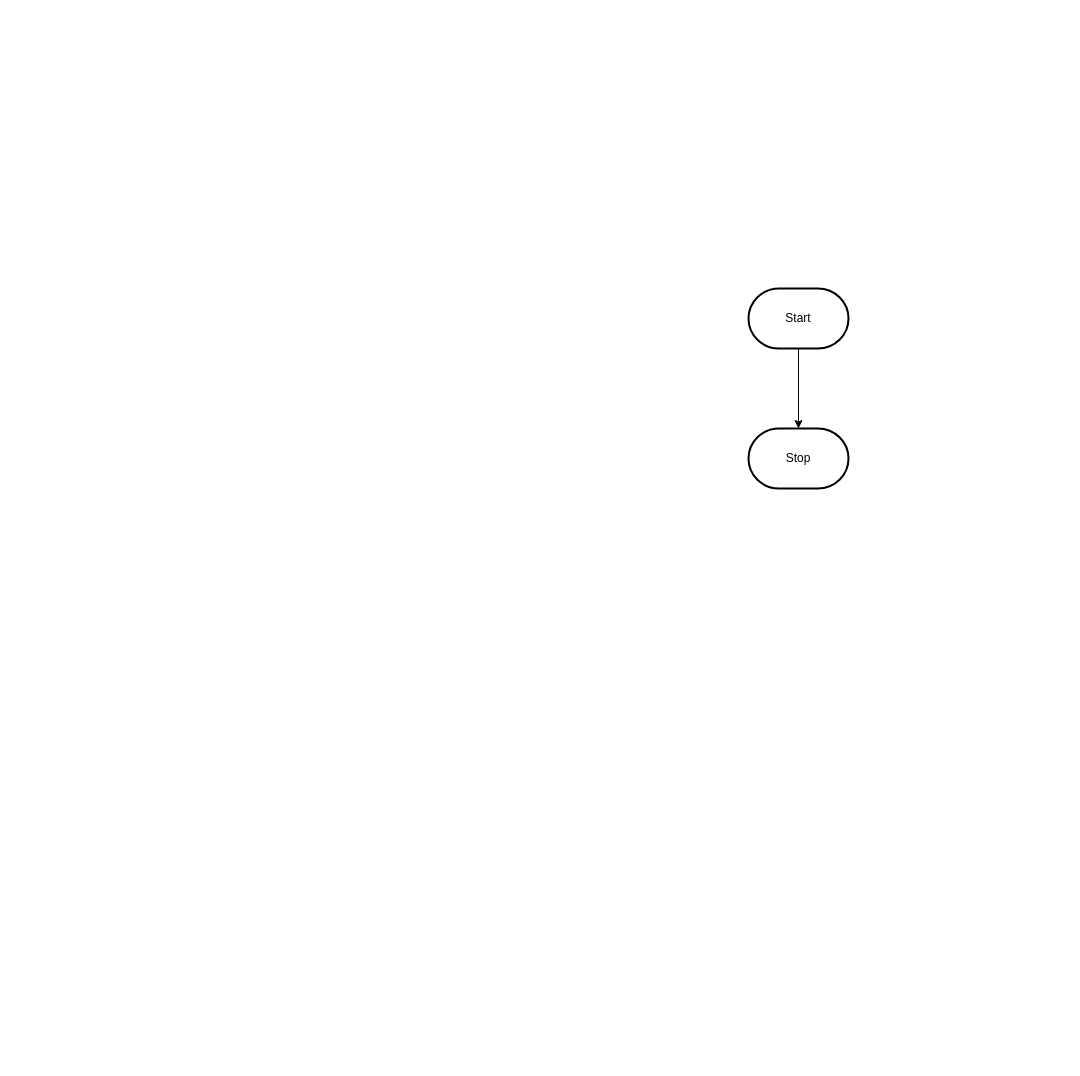
This is design/flowchart.drawio from MTHS-ICS2O-2-2022/ICS2O-Assignment-04-Lucas-Osmond, a draw.io file, before an edit. Source tidied: cells renumbered, new cells numbered last; positions are measured from the earlier drawing's top-left corner, leaving out a move shared by most shapes. Both pictures are drawn from the tidied source at 100%, with x=0, y=0 at pixel (748, 288).
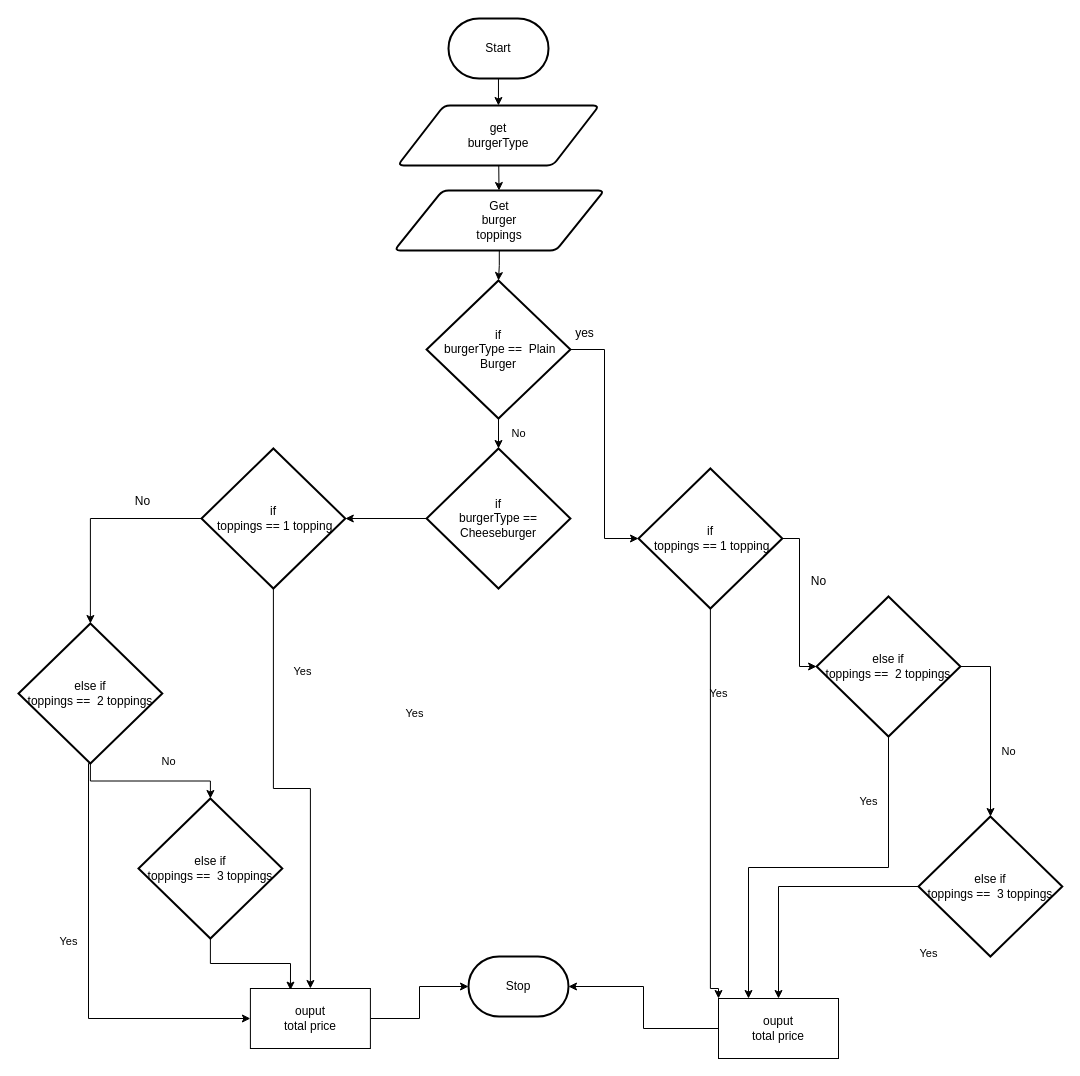
Above is the later version.

Commit message (it also covers changes not shown here):
finished flowchart

What changed in the source:
```diff
@@
-    <mxCell id="2" style="edgeStyle=orthogonalEdgeStyle;html=1;rounded=0;" parent="1" edge="1" source="3" target="4">
-      <mxGeometry relative="1" as="geometry" />
-    </mxCell>
+    <mxCell id="5" style="edgeStyle=none;html=1;entryX=0.5;entryY=0;entryDx=0;entryDy=0;" parent="1" edge="1" source="3" target="44">
+      <mxGeometry relative="1" as="geometry" />
+    </mxCell>
     <mxCell id="3" value="Start" style="strokeWidth=2;html=1;shape=mxgraph.flowchart.terminator;whiteSpace=wrap;" parent="1" vertex="1">
-      <mxGeometry width="100" height="60" as="geometry" />
+      <mxGeometry x="-300" y="-270" width="100" height="60" as="geometry" />
     </mxCell>
     <mxCell id="4" value="Stop" style="strokeWidth=2;html=1;shape=mxgraph.flowchart.terminator;whiteSpace=wrap;" parent="1" vertex="1">
-      <mxGeometry y="140" width="100" height="60" as="geometry" />
+      <mxGeometry x="-280" y="668" width="100" height="60" as="geometry" />
     </mxCell>
+    <mxCell id="6" style="edgeStyle=orthogonalEdgeStyle;shape=connector;rounded=0;html=1;labelBackgroundColor=default;strokeColor=default;fontFamily=Helvetica;fontSize=11;fontColor=default;endArrow=classic;" parent="1" edge="1" source="7" target="10">
+      <mxGeometry relative="1" as="geometry" />
+    </mxCell>
+    <mxCell id="7" value="Get&lt;br&gt;burger&lt;br&gt;toppings" style="shape=parallelogram;html=1;strokeWidth=2;perimeter=parallelogramPerimeter;whiteSpace=wrap;rounded=1;arcSize=12;size=0.23;" parent="1" vertex="1">
+      <mxGeometry x="-354.2" y="-98" width="210" height="60" as="geometry" />
+    </mxCell>
+    <mxCell id="8" style="edgeStyle=orthogonalEdgeStyle;rounded=0;html=1;entryX=0;entryY=0.5;entryDx=0;entryDy=0;entryPerimeter=0;" parent="1" edge="1" source="10" target="15">
+      <mxGeometry relative="1" as="geometry" />
+    </mxCell>
+    <mxCell id="9" style="edgeStyle=orthogonalEdgeStyle;shape=connector;rounded=0;html=1;labelBackgroundColor=default;strokeColor=default;fontFamily=Helvetica;fontSize=11;fontColor=default;endArrow=classic;" parent="1" edge="1" source="10" target="17">
+      <mxGeometry relative="1" as="geometry" />
+    </mxCell>
+    <mxCell id="10" value="if&lt;br&gt;&amp;nbsp;burgerType ==&amp;nbsp; Plain Burger" style="strokeWidth=2;html=1;shape=mxgraph.flowchart.decision;whiteSpace=wrap;" parent="1" vertex="1">
+      <mxGeometry x="-321.9" y="-8" width="143.8" height="138" as="geometry" />
+    </mxCell>
+    <mxCell id="11" value="Yes" style="text;html=1;align=center;verticalAlign=middle;strokeColor=none;fillColor=none;fontSize=11;fontFamily=Helvetica;fontColor=default;" parent="1" vertex="1">
+      <mxGeometry x="100" y="498" width="40" height="30" as="geometry" />
+    </mxCell>
+    <mxCell id="12" value="No" style="text;html=1;align=center;verticalAlign=middle;strokeColor=none;fillColor=none;fontSize=11;fontFamily=Helvetica;fontColor=default;" parent="1" vertex="1">
+      <mxGeometry x="-250" y="130" width="40" height="30" as="geometry" />
+    </mxCell>
+    <mxCell id="13" style="edgeStyle=orthogonalEdgeStyle;rounded=0;html=1;exitX=1;exitY=0.5;exitDx=0;exitDy=0;exitPerimeter=0;entryX=0;entryY=0.5;entryDx=0;entryDy=0;entryPerimeter=0;" parent="1" edge="1" source="15" target="22">
+      <mxGeometry relative="1" as="geometry" />
+    </mxCell>
+    <mxCell id="14" style="edgeStyle=orthogonalEdgeStyle;shape=connector;rounded=0;html=1;entryX=0;entryY=0;entryDx=0;entryDy=0;labelBackgroundColor=default;strokeColor=default;fontFamily=Helvetica;fontSize=11;fontColor=default;endArrow=classic;exitX=0.5;exitY=1;exitDx=0;exitDy=0;exitPerimeter=0;" parent="1" edge="1" source="15" target="19">
+      <mxGeometry relative="1" as="geometry">
+        <Array as="points">
+          <mxPoint x="-38" y="700" />
+          <mxPoint x="-30" y="700" />
+        </Array>
+      </mxGeometry>
+    </mxCell>
+    <mxCell id="15" value="if&lt;br&gt;&amp;nbsp;toppings == 1 topping" style="strokeWidth=2;html=1;shape=mxgraph.flowchart.decision;whiteSpace=wrap;" parent="1" vertex="1">
+      <mxGeometry x="-110" y="180" width="143.8" height="140" as="geometry" />
+    </mxCell>
+    <mxCell id="16" style="edgeStyle=orthogonalEdgeStyle;shape=connector;rounded=0;html=1;entryX=1;entryY=0.5;entryDx=0;entryDy=0;entryPerimeter=0;labelBackgroundColor=default;strokeColor=default;fontFamily=Helvetica;fontSize=11;fontColor=default;endArrow=classic;" parent="1" edge="1" source="17" target="32">
+      <mxGeometry relative="1" as="geometry" />
+    </mxCell>
+    <mxCell id="17" value="if&lt;br&gt;&amp;nbsp;burgerType ==&amp;nbsp; Cheeseburger" style="strokeWidth=2;html=1;shape=mxgraph.flowchart.decision;whiteSpace=wrap;" parent="1" vertex="1">
+      <mxGeometry x="-321.9" y="160" width="143.8" height="140" as="geometry" />
+    </mxCell>
+    <mxCell id="18" style="edgeStyle=orthogonalEdgeStyle;shape=connector;rounded=0;html=1;entryX=1;entryY=0.5;entryDx=0;entryDy=0;entryPerimeter=0;labelBackgroundColor=default;strokeColor=default;fontFamily=Helvetica;fontSize=11;fontColor=default;endArrow=classic;" parent="1" edge="1" source="19" target="4">
+      <mxGeometry relative="1" as="geometry" />
+    </mxCell>
+    <mxCell id="19" value="ouput&lt;br&gt;total price" style="rounded=0;whiteSpace=wrap;html=1;" parent="1" vertex="1">
+      <mxGeometry x="-30" y="710" width="120" height="60" as="geometry" />
+    </mxCell>
+    <mxCell id="20" style="edgeStyle=orthogonalEdgeStyle;shape=connector;rounded=0;html=1;labelBackgroundColor=default;strokeColor=default;fontFamily=Helvetica;fontSize=11;fontColor=default;endArrow=classic;exitX=1;exitY=0.5;exitDx=0;exitDy=0;exitPerimeter=0;" parent="1" edge="1" source="22" target="24">
+      <mxGeometry relative="1" as="geometry">
+        <Array as="points">
+          <mxPoint x="242" y="378" />
+        </Array>
+      </mxGeometry>
+    </mxCell>
+    <mxCell id="21" style="edgeStyle=orthogonalEdgeStyle;shape=connector;rounded=0;html=1;entryX=0.25;entryY=0;entryDx=0;entryDy=0;labelBackgroundColor=default;strokeColor=default;fontFamily=Helvetica;fontSize=11;fontColor=default;endArrow=classic;" parent="1" edge="1" source="22" target="19">
+      <mxGeometry relative="1" as="geometry" />
+    </mxCell>
+    <mxCell id="22" value="else if &lt;br&gt;toppings ==&amp;nbsp; 2 toppings" style="strokeWidth=2;html=1;shape=mxgraph.flowchart.decision;whiteSpace=wrap;" parent="1" vertex="1">
+      <mxGeometry x="68.1" y="308" width="143.8" height="140" as="geometry" />
+    </mxCell>
+    <mxCell id="23" style="edgeStyle=orthogonalEdgeStyle;shape=connector;rounded=0;html=1;entryX=0.5;entryY=0;entryDx=0;entryDy=0;labelBackgroundColor=default;strokeColor=default;fontFamily=Helvetica;fontSize=11;fontColor=default;endArrow=classic;" parent="1" edge="1" source="24" target="19">
+      <mxGeometry relative="1" as="geometry" />
+    </mxCell>
+    <mxCell id="24" value="else if &lt;br&gt;toppings ==&amp;nbsp; 3 toppings" style="strokeWidth=2;html=1;shape=mxgraph.flowchart.decision;whiteSpace=wrap;" parent="1" vertex="1">
+      <mxGeometry x="170" y="528" width="143.8" height="140" as="geometry" />
+    </mxCell>
+    <mxCell id="25" value="No" style="text;html=1;align=center;verticalAlign=middle;strokeColor=none;fillColor=none;fontSize=11;fontFamily=Helvetica;fontColor=default;" parent="1" vertex="1">
+      <mxGeometry x="240" y="448" width="40" height="30" as="geometry" />
+    </mxCell>
+    <mxCell id="26" value="Yes" style="text;html=1;align=center;verticalAlign=middle;strokeColor=none;fillColor=none;fontSize=11;fontFamily=Helvetica;fontColor=default;" parent="1" vertex="1">
+      <mxGeometry x="-50" y="390" width="40" height="30" as="geometry" />
+    </mxCell>
+    <mxCell id="27" value="Yes" style="text;html=1;align=center;verticalAlign=middle;strokeColor=none;fillColor=none;fontSize=11;fontFamily=Helvetica;fontColor=default;" parent="1" vertex="1">
+      <mxGeometry x="160" y="650" width="40" height="30" as="geometry" />
+    </mxCell>
+    <mxCell id="28" value="Yes" style="text;html=1;align=center;verticalAlign=middle;strokeColor=none;fillColor=none;fontSize=11;fontFamily=Helvetica;fontColor=default;" parent="1" vertex="1">
+      <mxGeometry x="-700" y="638" width="40" height="30" as="geometry" />
+    </mxCell>
+    <mxCell id="29" value="No" style="text;html=1;align=center;verticalAlign=middle;strokeColor=none;fillColor=none;fontSize=11;fontFamily=Helvetica;fontColor=default;" parent="1" vertex="1">
+      <mxGeometry x="-600" y="458" width="40" height="30" as="geometry" />
+    </mxCell>
+    <mxCell id="30" style="edgeStyle=orthogonalEdgeStyle;shape=connector;rounded=0;html=1;labelBackgroundColor=default;strokeColor=default;fontFamily=Helvetica;fontSize=11;fontColor=default;endArrow=classic;" parent="1" edge="1" source="32" target="35">
+      <mxGeometry relative="1" as="geometry" />
+    </mxCell>
+    <mxCell id="31" style="edgeStyle=orthogonalEdgeStyle;shape=connector;rounded=0;html=1;labelBackgroundColor=default;strokeColor=default;fontFamily=Helvetica;fontSize=11;fontColor=default;endArrow=classic;" parent="1" edge="1" source="32" target="37">
+      <mxGeometry relative="1" as="geometry" />
+    </mxCell>
+    <mxCell id="32" value="if&lt;br&gt;&amp;nbsp;toppings == 1 topping" style="strokeWidth=2;html=1;shape=mxgraph.flowchart.decision;whiteSpace=wrap;" parent="1" vertex="1">
+      <mxGeometry x="-547" y="160" width="143.8" height="140" as="geometry" />
+    </mxCell>
+    <mxCell id="33" style="edgeStyle=orthogonalEdgeStyle;shape=connector;rounded=0;html=1;labelBackgroundColor=default;strokeColor=default;fontFamily=Helvetica;fontSize=11;fontColor=default;endArrow=classic;entryX=0;entryY=0.5;entryDx=0;entryDy=0;exitX=0.5;exitY=1;exitDx=0;exitDy=0;exitPerimeter=0;" parent="1" edge="1" source="35" target="37">
+      <mxGeometry relative="1" as="geometry">
+        <Array as="points">
+          <mxPoint x="-660" y="475" />
+          <mxPoint x="-660" y="730" />
+        </Array>
+      </mxGeometry>
+    </mxCell>
+    <mxCell id="34" style="edgeStyle=orthogonalEdgeStyle;shape=connector;rounded=0;html=1;entryX=0.5;entryY=0;entryDx=0;entryDy=0;entryPerimeter=0;labelBackgroundColor=default;strokeColor=default;fontFamily=Helvetica;fontSize=11;fontColor=default;endArrow=classic;" parent="1" edge="1" source="35" target="39">
+      <mxGeometry relative="1" as="geometry" />
+    </mxCell>
+    <mxCell id="35" value="else if &lt;br&gt;toppings ==&amp;nbsp; 2 toppings" style="strokeWidth=2;html=1;shape=mxgraph.flowchart.decision;whiteSpace=wrap;" parent="1" vertex="1">
+      <mxGeometry x="-730" y="335" width="143.8" height="140" as="geometry" />
+    </mxCell>
+    <mxCell id="36" style="edgeStyle=orthogonalEdgeStyle;shape=connector;rounded=0;html=1;entryX=0;entryY=0.5;entryDx=0;entryDy=0;entryPerimeter=0;labelBackgroundColor=default;strokeColor=default;fontFamily=Helvetica;fontSize=11;fontColor=default;endArrow=classic;" parent="1" edge="1" source="37" target="4">
+      <mxGeometry relative="1" as="geometry" />
+    </mxCell>
+    <mxCell id="37" value="ouput&lt;br&gt;total price" style="rounded=0;whiteSpace=wrap;html=1;" parent="1" vertex="1">
+      <mxGeometry x="-498.1" y="700" width="120" height="60" as="geometry" />
+    </mxCell>
+    <mxCell id="38" style="edgeStyle=orthogonalEdgeStyle;shape=connector;rounded=0;html=1;entryX=0.334;entryY=0.027;entryDx=0;entryDy=0;entryPerimeter=0;labelBackgroundColor=default;strokeColor=default;fontFamily=Helvetica;fontSize=11;fontColor=default;endArrow=classic;" parent="1" edge="1" source="39" target="37">
+      <mxGeometry relative="1" as="geometry" />
+    </mxCell>
+    <mxCell id="39" value="else if &lt;br&gt;toppings ==&amp;nbsp; 3 toppings" style="strokeWidth=2;html=1;shape=mxgraph.flowchart.decision;whiteSpace=wrap;" parent="1" vertex="1">
+      <mxGeometry x="-610" y="510" width="143.8" height="140" as="geometry" />
+    </mxCell>
+    <mxCell id="40" value="Yes" style="text;html=1;align=center;verticalAlign=middle;strokeColor=none;fillColor=none;fontSize=11;fontFamily=Helvetica;fontColor=default;" parent="1" vertex="1">
+      <mxGeometry x="-466.2" y="368" width="40" height="30" as="geometry" />
+    </mxCell>
+    <mxCell id="41" value="Yes" style="text;html=1;align=center;verticalAlign=middle;strokeColor=none;fillColor=none;fontSize=11;fontFamily=Helvetica;fontColor=default;" parent="1" vertex="1">
+      <mxGeometry x="-354.2" y="410" width="40" height="30" as="geometry" />
+    </mxCell>
+    <mxCell id="42" value="No" style="text;html=1;align=center;verticalAlign=middle;strokeColor=none;fillColor=none;" parent="1" vertex="1">
+      <mxGeometry x="-626.2" y="198" width="40" height="30" as="geometry" />
+    </mxCell>
+    <mxCell id="43" style="edgeStyle=none;html=1;" parent="1" edge="1" source="44" target="7">
+      <mxGeometry relative="1" as="geometry" />
+    </mxCell>
+    <mxCell id="44" value="get&lt;br&gt;burgerType" style="shape=parallelogram;html=1;strokeWidth=2;perimeter=parallelogramPerimeter;whiteSpace=wrap;rounded=1;arcSize=12;size=0.23;" parent="1" vertex="1">
+      <mxGeometry x="-350.8" y="-183" width="201.5" height="60" as="geometry" />
+    </mxCell>
+    <mxCell id="45" value="yes" style="text;html=1;align=center;verticalAlign=middle;strokeColor=none;fillColor=none;" parent="1" vertex="1">
+      <mxGeometry x="-184.2" y="30" width="40" height="30" as="geometry" />
+    </mxCell>
+    <mxCell id="46" value="No" style="text;html=1;align=center;verticalAlign=middle;strokeColor=none;fillColor=none;" parent="1" vertex="1">
+      <mxGeometry x="50" y="278" width="40" height="30" as="geometry" />
+    </mxCell>
```
